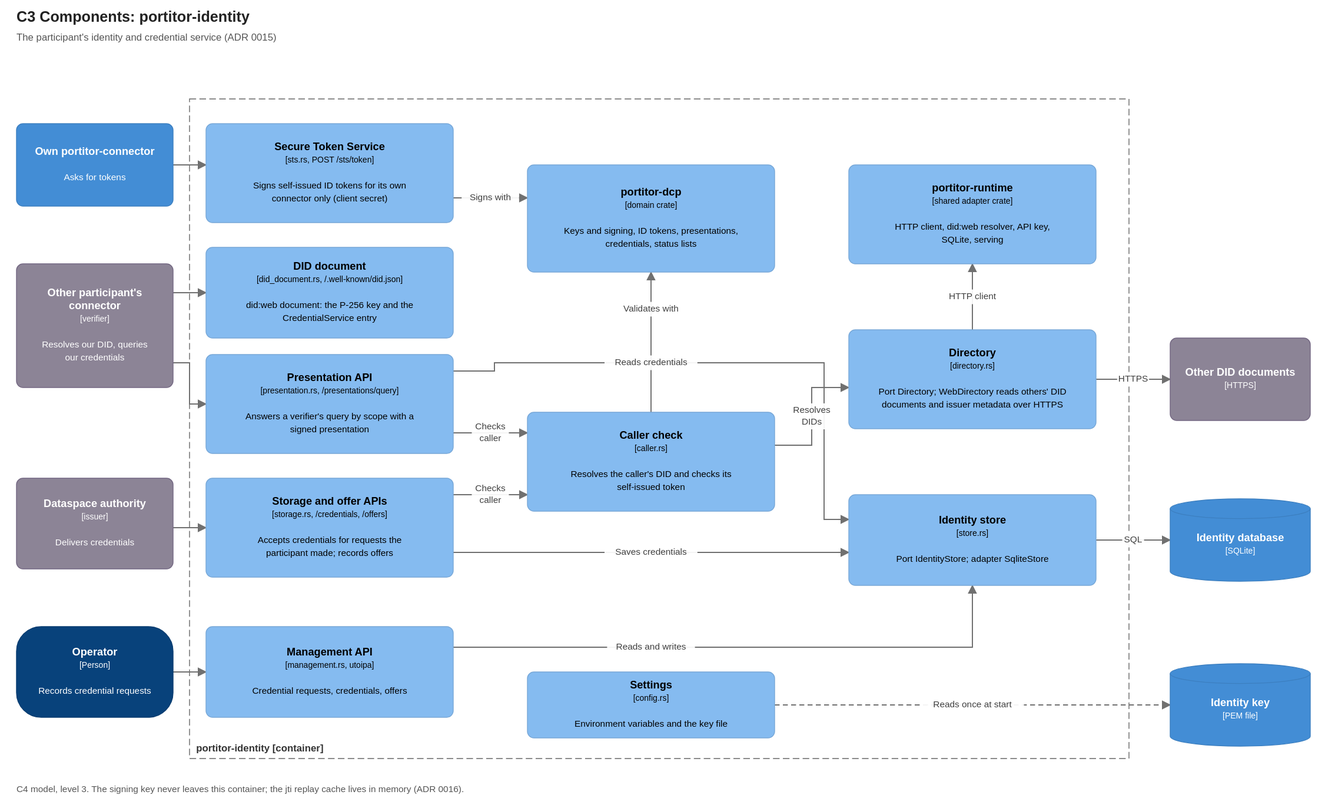
Earlier version of the draw.io export docs/diagrams/c3-identity-components.drawio.svg (brunopacheco1/ldsc). Source tidied: cells renumbered, new cells last; positions are measured from the earlier drawing's top-left corner, leaving out a move shared by most shapes.
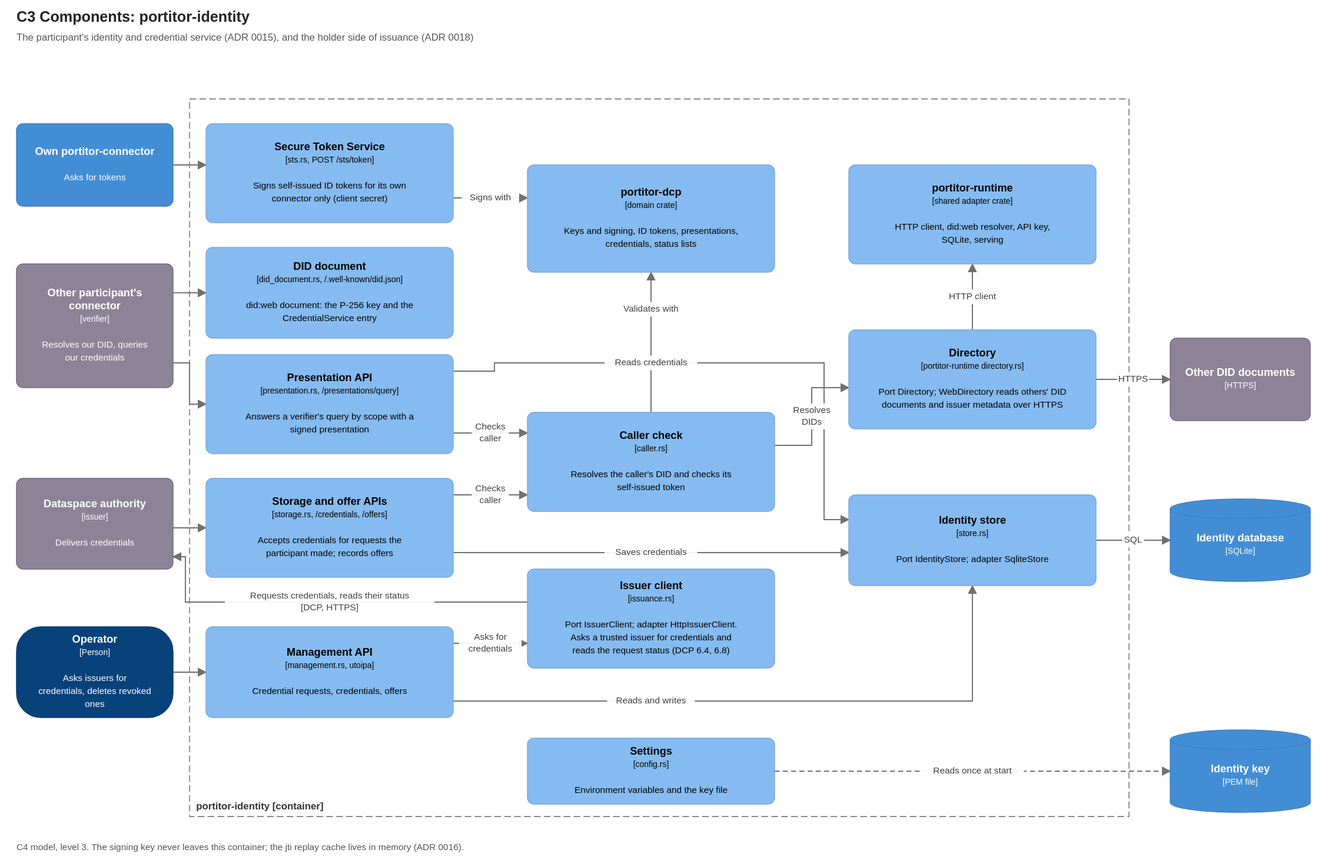
After the commit.

What changed in the source:
```diff
@@ -3,7 +3,7 @@
     <mxCell id="0" />
     <mxCell id="1" parent="0" />
     <mxCell id="2" value="portitor-identity  [container]" style="rounded=0;whiteSpace=wrap;html=1;fillColor=none;dashed=1;dashPattern=8 4;strokeColor=#666666;fontColor=#333333;align=left;verticalAlign=bottom;spacingLeft=8;spacingBottom=4;fontSize=12;fontStyle=1;" parent="1" vertex="1">
-      <mxGeometry x="210" width="1140" height="800" as="geometry" />
+      <mxGeometry x="210" width="1140" height="870" as="geometry" />
     </mxCell>
     <mxCell id="3" value="&lt;b&gt;Own portitor-connector&lt;/b&gt;&lt;br&gt;&lt;br&gt;&lt;font style=&quot;font-size:11px&quot;&gt;Asks for tokens&lt;/font&gt;" style="rounded=1;arcSize=8;whiteSpace=wrap;html=1;fillColor=#438DD5;strokeColor=#3C7FC0;fontColor=#FFFFFF;fontSize=13;align=center;verticalAlign=middle;c4Kind=container;c4Name=Own portitor-connector;" parent="1" vertex="1">
       <mxGeometry y="30" width="190" height="100" as="geometry" />
@@ -14,7 +14,7 @@
     <mxCell id="5" value="&lt;b&gt;Dataspace authority&lt;/b&gt;&lt;br&gt;&lt;font style=&quot;font-size:10px&quot;&gt;[issuer]&lt;/font&gt;&lt;br&gt;&lt;br&gt;&lt;font style=&quot;font-size:11px&quot;&gt;Delivers credentials&lt;/font&gt;" style="rounded=1;arcSize=8;whiteSpace=wrap;html=1;fillColor=#8C8496;strokeColor=#736782;fontColor=#FFFFFF;fontSize=13;align=center;verticalAlign=middle;c4Kind=external;c4Name=Dataspace authority;" parent="1" vertex="1">
       <mxGeometry y="460" width="190" height="110" as="geometry" />
     </mxCell>
-    <mxCell id="6" value="&lt;b&gt;Operator&lt;/b&gt;&lt;br&gt;&lt;font style=&quot;font-size:10px&quot;&gt;[Person]&lt;/font&gt;&lt;br&gt;&lt;br&gt;&lt;font style=&quot;font-size:11px&quot;&gt;Records credential requests&lt;/font&gt;" style="rounded=1;arcSize=30;whiteSpace=wrap;html=1;fillColor=#08427B;strokeColor=#073B6F;fontColor=#FFFFFF;fontSize=13;align=center;verticalAlign=middle;c4Kind=person;c4Name=Operator;" parent="1" vertex="1">
+    <mxCell id="6" value="&lt;b&gt;Operator&lt;/b&gt;&lt;br&gt;&lt;font style=&quot;font-size:10px&quot;&gt;[Person]&lt;/font&gt;&lt;br&gt;&lt;br&gt;&lt;font style=&quot;font-size:11px&quot;&gt;Asks issuers for credentials, deletes revoked ones&lt;/font&gt;" style="rounded=1;arcSize=30;whiteSpace=wrap;html=1;fillColor=#08427B;strokeColor=#073B6F;fontColor=#FFFFFF;fontSize=13;align=center;verticalAlign=middle;c4Kind=person;c4Name=Operator;" parent="1" vertex="1">
       <mxGeometry y="640" width="190" height="110" as="geometry" />
     </mxCell>
     <mxCell id="7" value="&lt;b&gt;Secure Token Service&lt;/b&gt;&lt;br&gt;&lt;font style=&quot;font-size:10px&quot;&gt;[sts.rs, POST /sts/token]&lt;/font&gt;&lt;br&gt;&lt;br&gt;&lt;font style=&quot;font-size:11px&quot;&gt;Signs self-issued ID tokens for its own connector only (client secret)&lt;/font&gt;" style="rounded=1;arcSize=8;whiteSpace=wrap;html=1;fillColor=#85BBF0;strokeColor=#78A8D8;fontColor=#000000;fontSize=13;align=center;verticalAlign=middle;c4Kind=component;c4Name=Secure Token Service;" parent="1" vertex="1">
@@ -39,12 +39,12 @@
       <mxGeometry x="620" y="380" width="300" height="120" as="geometry" />
     </mxCell>
     <mxCell id="14" value="&lt;b&gt;Settings&lt;/b&gt;&lt;br&gt;&lt;font style=&quot;font-size:10px&quot;&gt;[config.rs]&lt;/font&gt;&lt;br&gt;&lt;br&gt;&lt;font style=&quot;font-size:11px&quot;&gt;Environment variables and the key file&lt;/font&gt;" style="rounded=1;arcSize=8;whiteSpace=wrap;html=1;fillColor=#85BBF0;strokeColor=#78A8D8;fontColor=#000000;fontSize=13;align=center;verticalAlign=middle;c4Kind=component;c4Name=Settings;" parent="1" vertex="1">
-      <mxGeometry x="620" y="695" width="300" height="80" as="geometry" />
+      <mxGeometry x="620" y="775" width="300" height="80" as="geometry" />
     </mxCell>
     <mxCell id="15" value="&lt;b&gt;portitor-runtime&lt;/b&gt;&lt;br&gt;&lt;font style=&quot;font-size:10px&quot;&gt;[shared adapter crate]&lt;/font&gt;&lt;br&gt;&lt;br&gt;&lt;font style=&quot;font-size:11px&quot;&gt;HTTP client, did:web resolver, API key, SQLite, serving&lt;/font&gt;" style="rounded=1;arcSize=8;whiteSpace=wrap;html=1;fillColor=#85BBF0;strokeColor=#78A8D8;fontColor=#000000;fontSize=13;align=center;verticalAlign=middle;c4Kind=component;c4Name=portitor-runtime;" parent="1" vertex="1">
       <mxGeometry x="1010" y="80" width="300" height="120" as="geometry" />
     </mxCell>
-    <mxCell id="16" value="&lt;b&gt;Directory&lt;/b&gt;&lt;br&gt;&lt;font style=&quot;font-size:10px&quot;&gt;[directory.rs]&lt;/font&gt;&lt;br&gt;&lt;br&gt;&lt;font style=&quot;font-size:11px&quot;&gt;Port Directory; WebDirectory reads others&amp;#x27; DID documents and issuer metadata over HTTPS&lt;/font&gt;" style="rounded=1;arcSize=8;whiteSpace=wrap;html=1;fillColor=#85BBF0;strokeColor=#78A8D8;fontColor=#000000;fontSize=13;align=center;verticalAlign=middle;c4Kind=component;c4Name=Directory;" parent="1" vertex="1">
+    <mxCell id="16" value="&lt;b&gt;Directory&lt;/b&gt;&lt;br&gt;&lt;font style=&quot;font-size:10px&quot;&gt;[portitor-runtime directory.rs]&lt;/font&gt;&lt;br&gt;&lt;br&gt;&lt;font style=&quot;font-size:11px&quot;&gt;Port Directory; WebDirectory reads others&amp;#x27; DID documents and issuer metadata over HTTPS&lt;/font&gt;" style="rounded=1;arcSize=8;whiteSpace=wrap;html=1;fillColor=#85BBF0;strokeColor=#78A8D8;fontColor=#000000;fontSize=13;align=center;verticalAlign=middle;c4Kind=component;c4Name=Directory;" parent="1" vertex="1">
       <mxGeometry x="1010" y="280" width="300" height="120" as="geometry" />
     </mxCell>
     <mxCell id="17" value="&lt;b&gt;Identity store&lt;/b&gt;&lt;br&gt;&lt;font style=&quot;font-size:10px&quot;&gt;[store.rs]&lt;/font&gt;&lt;br&gt;&lt;br&gt;&lt;font style=&quot;font-size:11px&quot;&gt;Port IdentityStore; adapter SqliteStore&lt;/font&gt;" style="rounded=1;arcSize=8;whiteSpace=wrap;html=1;fillColor=#85BBF0;strokeColor=#78A8D8;fontColor=#000000;fontSize=13;align=center;verticalAlign=middle;c4Kind=component;c4Name=Identity store;" parent="1" vertex="1">
@@ -57,7 +57,7 @@
       <mxGeometry x="1400" y="485" width="170" height="100" as="geometry" />
     </mxCell>
     <mxCell id="20" value="&lt;b&gt;Identity key&lt;/b&gt;&lt;br&gt;&lt;font style=&quot;font-size:10px&quot;&gt;[PEM file]&lt;/font&gt;" style="shape=cylinder3;size=12;boundedLbl=1;whiteSpace=wrap;html=1;fillColor=#438DD5;strokeColor=#3C7FC0;fontColor=#FFFFFF;fontSize=13;align=center;verticalAlign=middle;c4Kind=database;c4Name=Identity key;" parent="1" vertex="1">
-      <mxGeometry x="1400" y="685" width="170" height="100" as="geometry" />
+      <mxGeometry x="1400" y="765" width="170" height="100" as="geometry" />
     </mxCell>
     <mxCell id="21" style="endArrow=blockThin;endFill=1;html=1;rounded=0;strokeColor=#707070;fontSize=11;fontColor=#404040;labelBackgroundColor=#FFFFFF;exitX=1.000;exitY=0.500;exitPerimeter=0;entryX=0.000;entryY=0.417;entryPerimeter=0;" parent="1" edge="1" source="3" target="7">
       <mxGeometry relative="1" as="geometry" />
@@ -112,13 +112,6 @@
     <mxCell id="32" value="Saves credentials" style="endArrow=blockThin;endFill=1;html=1;rounded=0;strokeColor=#707070;fontSize=11;fontColor=#404040;labelBackgroundColor=#FFFFFF;exitX=1.000;exitY=0.750;exitPerimeter=0;entryX=0.000;entryY=0.636;entryPerimeter=0;" parent="1" edge="1" source="10" target="17">
       <mxGeometry relative="1" as="geometry" />
     </mxCell>
-    <mxCell id="33" value="Reads and writes" style="endArrow=blockThin;endFill=1;html=1;rounded=0;strokeColor=#707070;fontSize=11;fontColor=#404040;labelBackgroundColor=#FFFFFF;exitX=1.000;exitY=0.227;exitPerimeter=0;entryX=0.500;entryY=1.000;entryPerimeter=0;" parent="1" edge="1" source="11" target="17">
-      <mxGeometry relative="1" as="geometry">
-        <Array as="points">
-          <mxPoint x="1160" y="665" />
-        </Array>
-      </mxGeometry>
-    </mxCell>
     <mxCell id="34" value="HTTP client" style="endArrow=blockThin;endFill=1;html=1;rounded=0;strokeColor=#707070;fontSize=11;fontColor=#404040;labelBackgroundColor=#FFFFFF;exitX=0.500;exitY=0.000;exitPerimeter=0;entryX=0.500;entryY=1.000;entryPerimeter=0;" parent="1" edge="1" source="16" target="15">
       <mxGeometry relative="1" as="geometry" />
     </mxCell>
@@ -128,11 +121,32 @@
     <mxCell id="36" value="SQL" style="endArrow=blockThin;endFill=1;html=1;rounded=0;strokeColor=#707070;fontSize=11;fontColor=#404040;labelBackgroundColor=#FFFFFF;exitX=1.000;exitY=0.500;exitPerimeter=0;entryX=0.000;entryY=0.500;entryPerimeter=0;" parent="1" edge="1" source="17" target="19">
       <mxGeometry relative="1" as="geometry" />
     </mxCell>
+    <mxCell id="38" value="C4 model, level 3. The signing key never leaves this container; the jti replay cache lives in memory (ADR 0016)." style="text;html=1;align=left;verticalAlign=top;fontSize=11;fontColor=#555555;whiteSpace=wrap;" parent="1" vertex="1">
+      <mxGeometry y="890" width="1580" height="40" as="geometry" />
+    </mxCell>
+    <mxCell id="39" value="&lt;b&gt;Issuer client&lt;/b&gt;&lt;br&gt;&lt;font style=&quot;font-size:10px&quot;&gt;[issuance.rs]&lt;/font&gt;&lt;br&gt;&lt;br&gt;&lt;font style=&quot;font-size:11px&quot;&gt;Port IssuerClient; adapter HttpIssuerClient. Asks a trusted issuer for credentials and reads the request status (DCP 6.4, 6.8)&lt;/font&gt;" style="rounded=1;arcSize=8;whiteSpace=wrap;html=1;fillColor=#85BBF0;strokeColor=#78A8D8;fontColor=#000000;fontSize=13;align=center;verticalAlign=middle;c4Kind=component;c4Name=Issuer client;" parent="1" vertex="1">
+      <mxGeometry x="620" y="570" width="300" height="120" as="geometry" />
+    </mxCell>
+    <mxCell id="33" value="Reads and writes" style="endArrow=blockThin;endFill=1;html=1;rounded=0;strokeColor=#707070;fontSize=11;fontColor=#404040;labelBackgroundColor=#FFFFFF;exitX=1.000;exitY=0.818;exitPerimeter=0;entryX=0.500;entryY=1.000;entryPerimeter=0;" parent="1" edge="1" source="11" target="17">
+      <mxGeometry relative="1" as="geometry">
+        <Array as="points">
+          <mxPoint x="1160" y="730" />
+        </Array>
+      </mxGeometry>
+    </mxCell>
     <mxCell id="37" value="Reads once at start" style="endArrow=blockThin;endFill=1;html=1;rounded=0;strokeColor=#707070;fontSize=11;fontColor=#404040;labelBackgroundColor=#FFFFFF;dashed=1;exitX=1.000;exitY=0.500;exitPerimeter=0;entryX=0.000;entryY=0.500;entryPerimeter=0;" parent="1" edge="1" source="14" target="20">
       <mxGeometry relative="1" as="geometry" />
     </mxCell>
-    <mxCell id="38" value="C4 model, level 3. The signing key never leaves this container; the jti replay cache lives in memory (ADR 0016)." style="text;html=1;align=left;verticalAlign=top;fontSize=11;fontColor=#555555;whiteSpace=wrap;" parent="1" vertex="1">
-      <mxGeometry y="820" width="1580" height="40" as="geometry" />
-    </mxCell>
+    <mxCell id="40" value="Asks for credentials" style="endArrow=blockThin;endFill=1;html=1;rounded=0;strokeColor=#707070;fontSize=11;fontColor=#404040;labelBackgroundColor=#FFFFFF;exitX=1.000;exitY=0.182;exitPerimeter=0;entryX=0.000;entryY=0.750;entryPerimeter=0;" parent="1" edge="1" source="11" target="39">
+      <mxGeometry relative="1" as="geometry" />
+    </mxCell>
+    <mxCell id="41" value="Requests credentials, reads their status [DCP, HTTPS]" style="endArrow=blockThin;endFill=1;html=1;rounded=0;strokeColor=#707070;fontSize=11;fontColor=#404040;labelBackgroundColor=#FFFFFF;exitX=0.000;exitY=0.333;exitPerimeter=0;entryX=1.000;entryY=0.864;entryPerimeter=0;" parent="1" edge="1" source="39" target="5">
+      <mxGeometry relative="1" as="geometry">
+        <Array as="points">
+          <mxPoint x="205" y="610" />
+          <mxPoint x="205" y="555" />
+        </Array>
+      </mxGeometry>
+    </mxCell>
   </root>
 </mxGraphModel>
```
